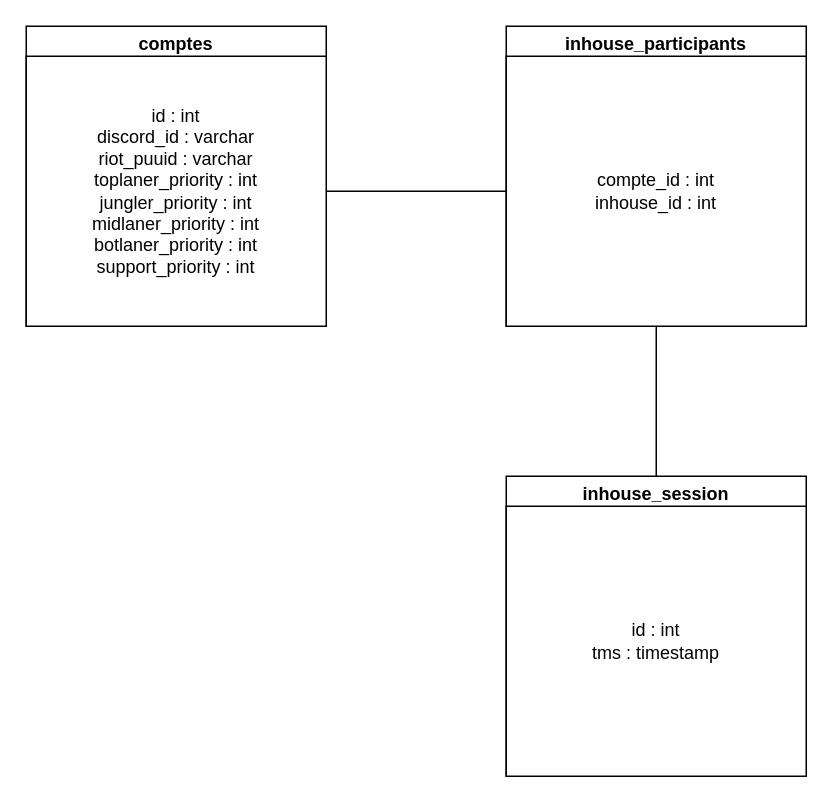
Evileoo/beta-bot keeps this draw.io diagram as database/database.drawio. Above is the earlier version. Source tidied: cells renumbered, new cells numbered last; positions are measured from the earlier drawing's top-left corner, leaving out a move shared by most shapes. Both pictures are drawn from the tidied source at 150%, with x=0, y=0 at pixel (26, 26).
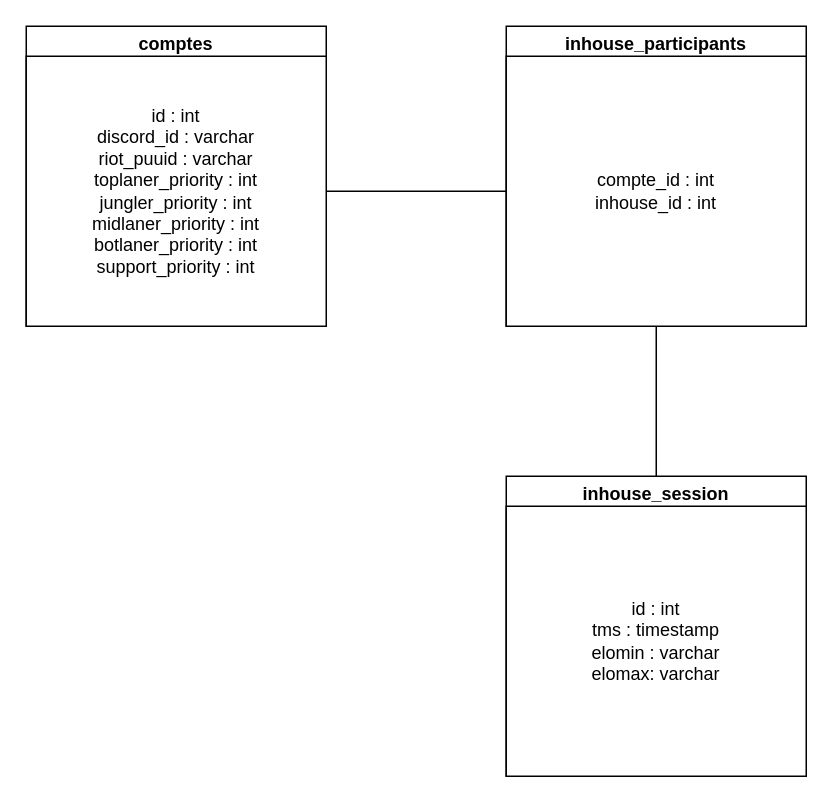
After the change.

What changed in the source:
```diff
@@
 <mxGraphModel>
   <root>
     <mxCell id="0" />
     <mxCell id="1" parent="0" />
     <mxCell id="2" value="comptes" style="swimlane;whiteSpace=wrap;html=1;" parent="1" vertex="1">
       <mxGeometry width="200" height="200" as="geometry" />
     </mxCell>
     <mxCell id="3" value="id : int&lt;br&gt;discord_id : varchar&lt;br&gt;riot_puuid : varchar&lt;br&gt;toplaner_priority : int&lt;br&gt;jungler_priority : int&lt;br&gt;midlaner_priority : int&lt;br&gt;botlaner_priority : int&lt;br&gt;support_priority : int" style="rounded=0;whiteSpace=wrap;html=1;" parent="2" vertex="1">
       <mxGeometry y="20" width="200" height="180" as="geometry" />
     </mxCell>
     <mxCell id="4" value="inhouse_session" style="swimlane;whiteSpace=wrap;html=1;" parent="1" vertex="1">
       <mxGeometry x="320" y="300" width="200" height="200" as="geometry" />
     </mxCell>
-    <mxCell id="5" value="id : int&lt;br&gt;tms : timestamp" style="rounded=0;whiteSpace=wrap;html=1;" parent="4" vertex="1">
+    <mxCell id="5" value="id : int&lt;br&gt;tms : timestamp&lt;br&gt;elomin : varchar&lt;br&gt;elomax: varchar" style="rounded=0;whiteSpace=wrap;html=1;" parent="4" vertex="1">
       <mxGeometry y="20" width="200" height="180" as="geometry" />
     </mxCell>
     <mxCell id="6" value="inhouse_participants" style="swimlane;whiteSpace=wrap;html=1;" parent="1" vertex="1">
       <mxGeometry x="320" width="200" height="200" as="geometry" />
     </mxCell>
     <mxCell id="7" value="compte_id : int&lt;br&gt;inhouse_id : int" style="rounded=0;whiteSpace=wrap;html=1;" parent="6" vertex="1">
       <mxGeometry y="20" width="200" height="180" as="geometry" />
     </mxCell>
     <mxCell id="8" style="endArrow=none;html=1;exitX=1;exitY=0.5;exitDx=0;exitDy=0;entryX=0;entryY=0.5;entryDx=0;entryDy=0;" parent="1" edge="1" source="3" target="7">
       <mxGeometry relative="1" as="geometry" />
     </mxCell>
     <mxCell id="9" style="endArrow=none;html=1;exitX=0.5;exitY=0;exitDx=0;exitDy=0;entryX=0.5;entryY=1;entryDx=0;entryDy=0;" parent="1" edge="1" source="4" target="7">
       <mxGeometry relative="1" as="geometry" />
     </mxCell>
   </root>
 </mxGraphModel>
```
